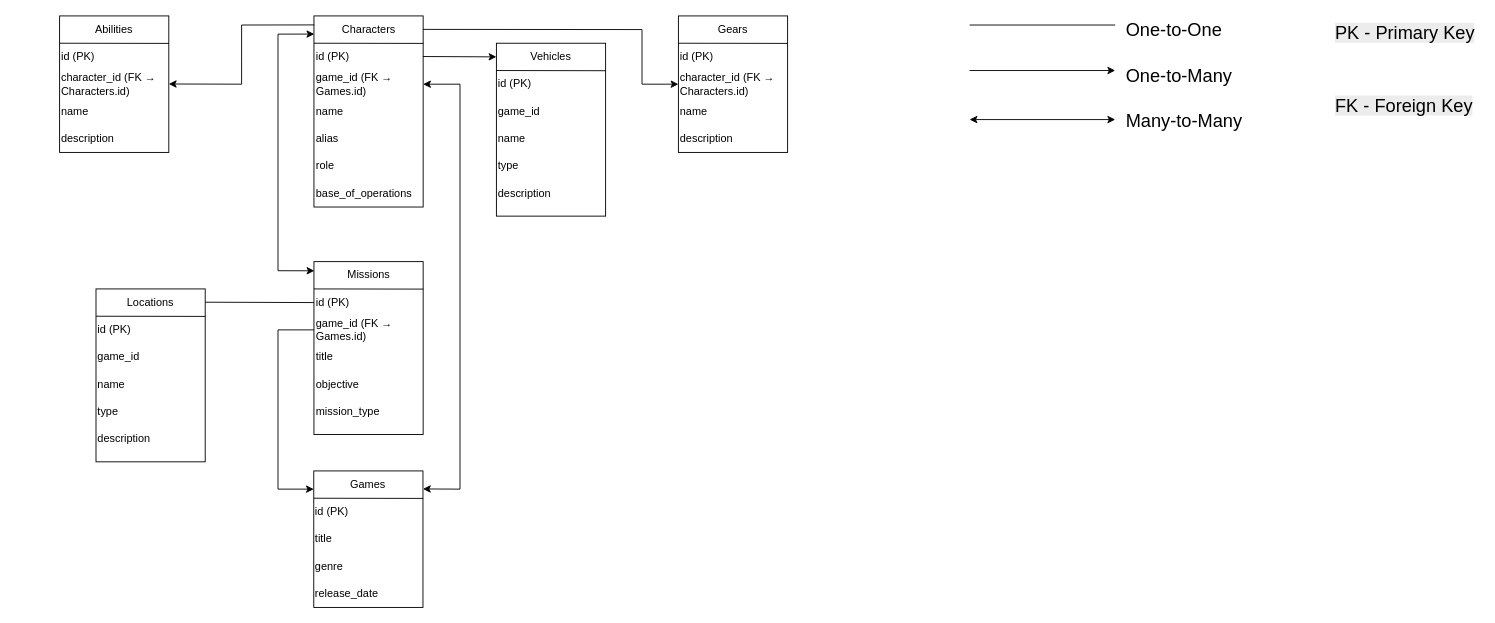
Earlier version of the draw.io diagram Batman Database Diagram.drawio (saishk98/IoD-MiniProject3). Source tidied: cells renumbered, new cells numbered last; positions are measured from the earlier drawing's top-left corner, leaving out a move shared by most shapes. Both pictures are drawn from the tidied source at 91%, with x=0, y=0 at pixel (59, 15).
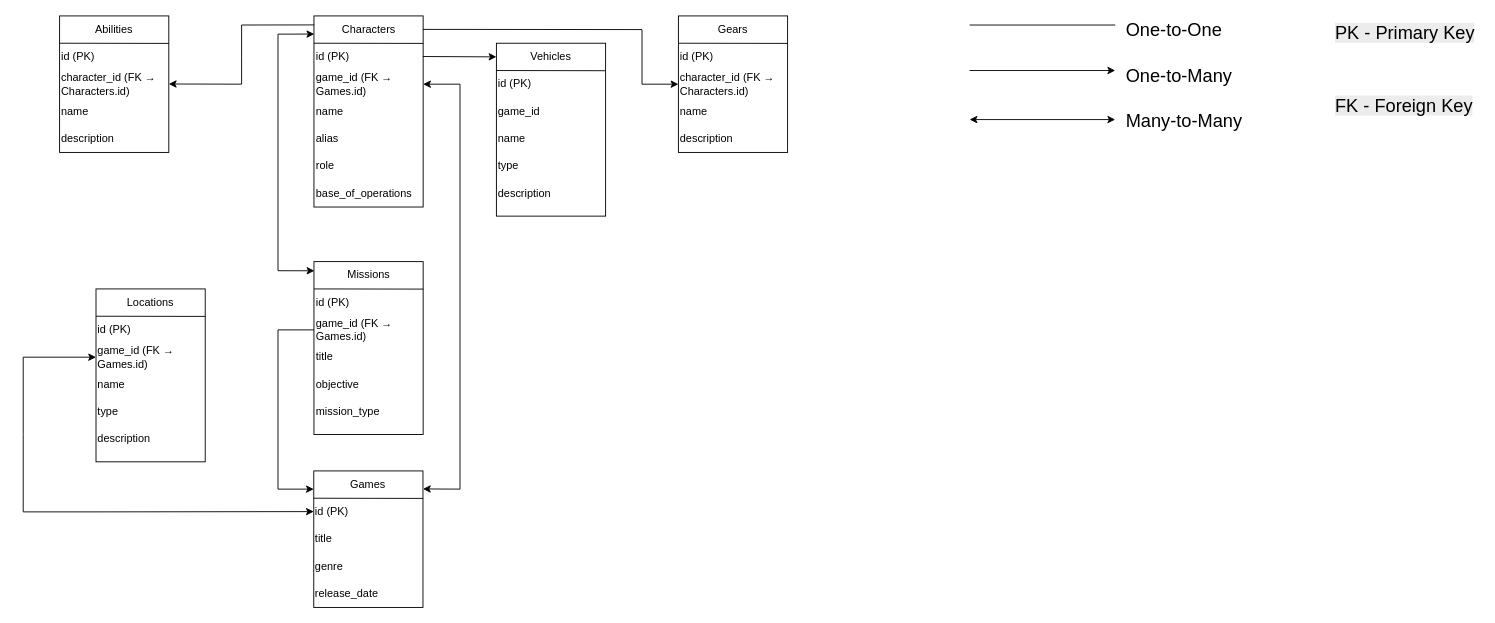
After the change.

The change refers to these unchanged cells:
```xml
<mxCell id="20" value="id (PK)" style="text;html=1;align=left;verticalAlign=middle;whiteSpace=wrap;rounded=0;" parent="1" vertex="1">
  <mxGeometry x="279.5" y="300" width="120" height="30" as="geometry" />
</mxCell>
```

Diff of the diagram source:
```diff
@@
-    <mxCell id="46" value="game_id" style="text;html=1;align=left;verticalAlign=middle;whiteSpace=wrap;rounded=0;" parent="1" vertex="1">
+    <mxCell id="46" value="game_id (FK → Games.id)" style="text;html=1;align=left;verticalAlign=middle;whiteSpace=wrap;rounded=0;" parent="1" vertex="1">
       <mxGeometry x="40" y="360" width="120" height="30" as="geometry" />
     </mxCell>
@@
-    <mxCell id="66" style="endArrow=none;html=1;rounded=0;entryX=0;entryY=0.5;entryDx=0;entryDy=0;" parent="1" edge="1" target="20">
-      <mxGeometry relative="1" as="geometry">
-        <mxPoint x="160" y="314.6" as="sourcePoint" />
-      </mxGeometry>
-    </mxCell>
@@
+    <mxCell id="71" style="endArrow=classic;startArrow=classic;html=1;rounded=0;exitX=0;exitY=0.5;exitDx=0;exitDy=0;" parent="1" edge="1" source="46">
+      <mxGeometry relative="1" as="geometry">
+        <mxPoint x="279.3" y="544.7" as="targetPoint" />
+        <Array as="points">
+          <mxPoint x="-40" y="375" />
+          <mxPoint x="-40" y="460" />
+          <mxPoint x="-40" y="545" />
+          <mxPoint x="40" y="545" />
+        </Array>
+      </mxGeometry>
+    </mxCell>
```
